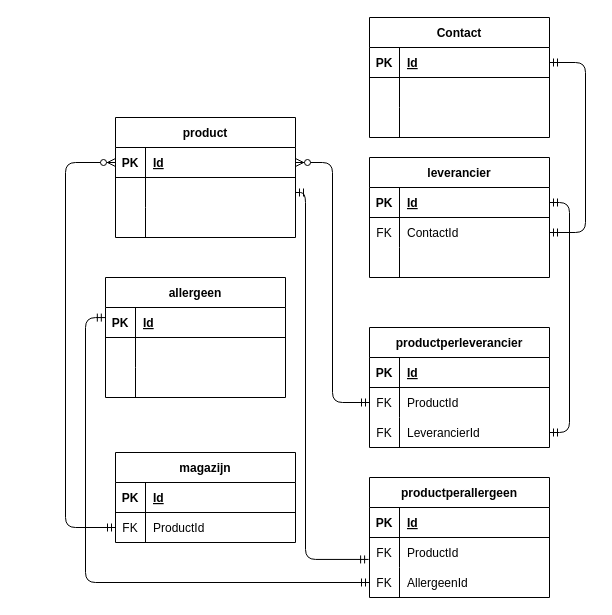
Above: db/Diagram.drawio in ThomasTadesse/BE-opdracht-06-P3-328704 (draw.io), before the change. Source tidied: cells renumbered, new cells numbered last; positions are measured from the earlier drawing's top-left corner, leaving out a move shared by most shapes. Both pictures are drawn from the tidied source at 100%, with x=0, y=0 at pixel (65, 17).
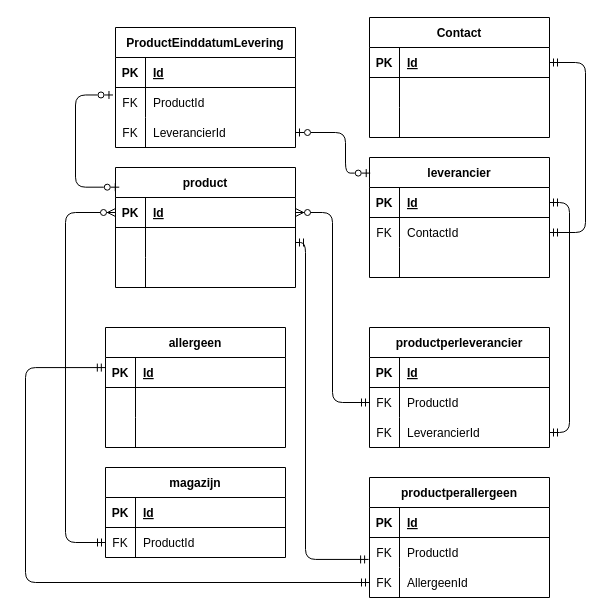
Above is the later version.

The change refers to these unchanged cells:
```xml
<mxCell id="3" style="shape=tableRow;horizontal=0;startSize=0;swimlaneHead=0;swimlaneBody=0;fillColor=none;points=[[0,0.5],[1,0.5]];portConstraint=eastwest;top=0;left=0;right=0;bottom=1;" parent="2" vertex="1">
  <mxGeometry y="30" width="180" height="30" as="geometry" />
</mxCell>
<mxCell id="16" style="shape=tableRow;horizontal=0;startSize=0;swimlaneHead=0;swimlaneBody=0;fillColor=none;points=[[0,0.5],[1,0.5]];portConstraint=eastwest;top=0;left=0;right=0;bottom=0;" parent="12" vertex="1">
  <mxGeometry y="60" width="180" height="30" as="geometry" />
</mxCell>
<mxCell id="26" style="shape=tableRow;horizontal=0;startSize=0;swimlaneHead=0;swimlaneBody=0;fillColor=none;points=[[0,0.5],[1,0.5]];portConstraint=eastwest;top=0;left=0;right=0;bottom=0;" parent="19" vertex="1">
  <mxGeometry y="90" width="180" height="30" as="geometry" />
</mxCell>
<mxCell id="40" style="shape=tableRow;horizontal=0;startSize=0;swimlaneHead=0;swimlaneBody=0;fillColor=none;points=[[0,0.5],[1,0.5]];portConstraint=eastwest;top=0;left=0;right=0;bottom=1;" parent="39" vertex="1">
  <mxGeometry y="30" width="180" height="30" as="geometry" />
</mxCell>
<mxCell id="49" value="leverancier" style="shape=table;startSize=30;childLayout=tableLayout;rowLines=0;fontStyle=1;align=center;" parent="1" vertex="1">
  <mxGeometry x="304" y="140" width="180" height="120" as="geometry" />
</mxCell>
```

What changed in the source:
```diff
@@
     <mxCell id="2" value="allergeen" style="shape=table;startSize=30;childLayout=tableLayout;rowLines=0;fontStyle=1;align=center;" parent="1" vertex="1">
-      <mxGeometry x="40" y="260" width="180" height="120" as="geometry" />
+      <mxGeometry x="40" y="310" width="180" height="120" as="geometry" />
     </mxCell>
@@
     <mxCell id="12" value="magazijn" style="shape=table;startSize=30;childLayout=tableLayout;rowLines=0;fontStyle=1;align=center;" parent="1" vertex="1">
-      <mxGeometry x="50" y="435" width="180" height="90" as="geometry" />
+      <mxGeometry x="40" y="450" width="180" height="90" as="geometry" />
     </mxCell>
@@
     <mxCell id="39" value="product" style="shape=table;startSize=30;childLayout=tableLayout;rowLines=0;fontStyle=1;align=center;" parent="1" vertex="1">
-      <mxGeometry x="50" y="100" width="180" height="120" as="geometry" />
+      <mxGeometry x="50" y="150" width="180" height="120" as="geometry" />
     </mxCell>
@@
     <mxCell id="59" style="edgeStyle=elbowEdgeStyle;fontSize=12;html=1;endArrow=ERzeroToMany;startArrow=ERmandOne;entryX=0;entryY=0.5;entryDx=0;entryDy=0;exitX=0;exitY=0.5;exitDx=0;exitDy=0;" parent="1" edge="1" source="16" target="40">
       <mxGeometry relative="1" as="geometry">
         <Array as="points">
-          <mxPoint y="330" />
+          <mxPoint y="380" />
         </Array>
       </mxGeometry>
     </mxCell>
-    <mxCell id="60" style="edgeStyle=elbowEdgeStyle;fontSize=12;html=1;endArrow=ERmandOne;startArrow=ERmandOne;entryX=-0.001;entryY=0.336;entryDx=0;entryDy=0;entryPerimeter=0;" parent="1" edge="1" source="26" target="3">
+    <mxCell id="60" style="edgeStyle=elbowEdgeStyle;fontSize=12;html=1;endArrow=ERmandOne;startArrow=ERmandOne;entryX=-0.001;entryY=0.336;entryDx=0;entryDy=0;entryPerimeter=0;exitX=0;exitY=0.5;exitDx=0;exitDy=0;" parent="1" edge="1" source="26" target="3">
       <mxGeometry relative="1" as="geometry">
         <Array as="points">
-          <mxPoint x="20" y="440" />
+          <mxPoint x="-40" y="460" />
         </Array>
       </mxGeometry>
     </mxCell>
@@
+    <mxCell id="75" value="&lt;p class=&quot;MsoNormal&quot;&gt;&lt;br&gt;&lt;/p&gt;" style="text;whiteSpace=wrap;html=1;" parent="1" vertex="1">
+      <mxGeometry x="120" width="190" height="60" as="geometry" />
+    </mxCell>
+    <mxCell id="76" value="ProductEinddatumLevering" style="shape=table;startSize=30;childLayout=tableLayout;rowLines=0;fontStyle=1;align=center;" parent="1" vertex="1">
+      <mxGeometry x="50" y="10" width="180" height="120" as="geometry" />
+    </mxCell>
+    <mxCell id="77" style="shape=tableRow;horizontal=0;startSize=0;swimlaneHead=0;swimlaneBody=0;fillColor=none;top=0;left=0;right=0;bottom=1;" parent="76" vertex="1">
+      <mxGeometry y="30" width="180" height="30" as="geometry" />
+    </mxCell>
+    <mxCell id="78" value="PK" style="shape=partialRectangle;fillColor=none;top=0;left=0;bottom=0;right=0;fontStyle=1;overflow=hidden;" parent="77" vertex="1">
+      <mxGeometry width="30" height="30" as="geometry" />
+    </mxCell>
+    <mxCell id="79" value="Id" style="shape=partialRectangle;fillColor=none;top=0;left=0;bottom=0;right=0;align=left;spacingLeft=6;fontStyle=5;overflow=hidden;" parent="77" vertex="1">
+      <mxGeometry x="30" width="150" height="30" as="geometry" />
+    </mxCell>
+    <mxCell id="80" style="shape=tableRow;horizontal=0;startSize=0;swimlaneHead=0;swimlaneBody=0;fillColor=none;points=[[0,0.5],[1,0.5]];portConstraint=eastwest;top=0;left=0;right=0;bottom=0;" parent="76" vertex="1">
+      <mxGeometry y="60" width="180" height="30" as="geometry" />
+    </mxCell>
+    <mxCell id="81" value="FK" style="shape=partialRectangle;fillColor=none;top=0;left=0;bottom=0;right=0;overflow=hidden;" parent="80" vertex="1">
+      <mxGeometry width="30" height="30" as="geometry" />
+    </mxCell>
+    <mxCell id="82" value="ProductId" style="shape=partialRectangle;fillColor=none;top=0;left=0;bottom=0;right=0;align=left;spacingLeft=6;overflow=hidden;" parent="80" vertex="1">
+      <mxGeometry x="30" width="150" height="30" as="geometry" />
+    </mxCell>
+    <mxCell id="83" style="shape=tableRow;horizontal=0;startSize=0;swimlaneHead=0;swimlaneBody=0;fillColor=none;points=[[0,0.5],[1,0.5]];portConstraint=eastwest;top=0;left=0;right=0;bottom=0;" parent="76" vertex="1">
+      <mxGeometry y="90" width="180" height="30" as="geometry" />
+    </mxCell>
+    <mxCell id="84" value="FK" style="shape=partialRectangle;fillColor=none;top=0;left=0;bottom=0;right=0;overflow=hidden;" parent="83" vertex="1">
+      <mxGeometry width="30" height="30" as="geometry" />
+    </mxCell>
+    <mxCell id="85" value="LeverancierId" style="shape=partialRectangle;fillColor=none;top=0;left=0;bottom=0;right=0;align=left;spacingLeft=6;overflow=hidden;" parent="83" vertex="1">
+      <mxGeometry x="30" width="150" height="30" as="geometry" />
+    </mxCell>
+    <mxCell id="86" style="edgeStyle=elbowEdgeStyle;fontSize=12;html=1;endArrow=ERzeroToOne;startArrow=ERzeroToOne;startFill=0;endFill=0;entryX=1;entryY=0.5;entryDx=0;entryDy=0;exitX=0.004;exitY=0.13;exitDx=0;exitDy=0;exitPerimeter=0;" parent="1" edge="1" source="49" target="83">
+      <mxGeometry relative="1" as="geometry">
+        <Array as="points">
+          <mxPoint x="280" y="150" />
+        </Array>
+      </mxGeometry>
+    </mxCell>
+    <mxCell id="87" style="edgeStyle=elbowEdgeStyle;fontSize=12;html=1;endArrow=ERzeroToOne;startArrow=ERzeroToOne;startFill=0;endFill=0;entryX=-0.014;entryY=0.249;entryDx=0;entryDy=0;entryPerimeter=0;exitX=0.021;exitY=0.164;exitDx=0;exitDy=0;exitPerimeter=0;" parent="1" edge="1" source="39" target="80">
+      <mxGeometry relative="1" as="geometry">
+        <Array as="points">
+          <mxPoint x="10" y="120" />
+        </Array>
+      </mxGeometry>
+    </mxCell>
```
